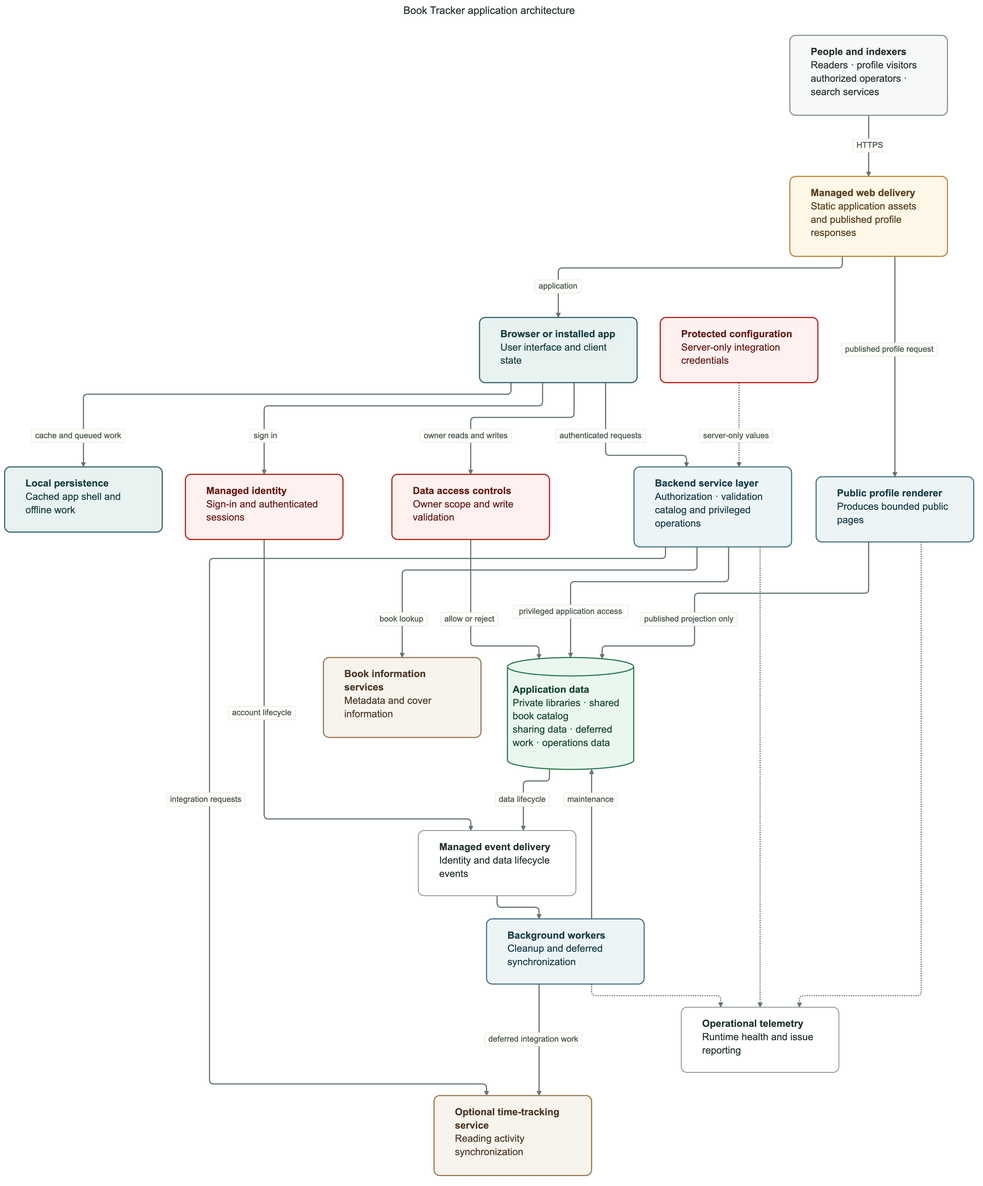
This is docs/architecture/app-architecture.png from ankile/book-tracker, a Mermaid export, as it was before one commit. Its source is kept beside it as docs/architecture/app-architecture.mmd.
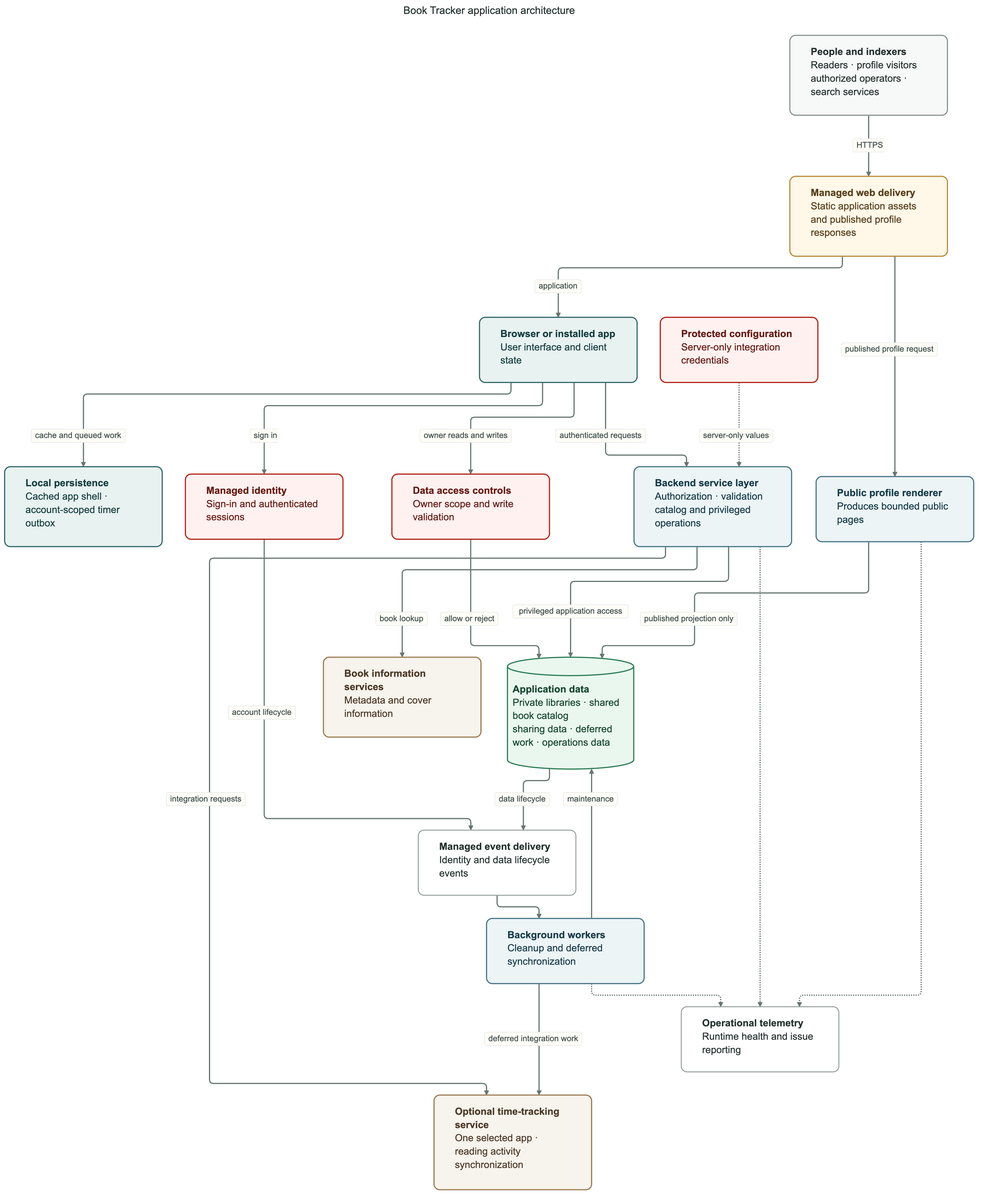
After the commit.

Diff of the diagram source:
```diff
@@ -17,7 +17,7 @@
   people["<b>People and indexers</b><br/>Readers · profile visitors<br/>authorized operators · search services"]:::person
   delivery["<b>Managed web delivery</b><br/>Static application assets<br/>and published profile responses"]:::delivery
   browser["<b>Browser or installed app</b><br/>User interface and client state"]:::client
-  local["<b>Local persistence</b><br/>Cached app shell and offline work"]:::client
+  local["<b>Local persistence</b><br/>Cached app shell · account-scoped timer outbox"]:::client
 
   identity["<b>Managed identity</b><br/>Sign-in and authenticated sessions"]:::security
   permissions["<b>Data access controls</b><br/>Owner scope and write validation"]:::security
@@ -31,7 +31,7 @@
   observability["<b>Operational telemetry</b><br/>Runtime health and issue reporting"]:::neutral
 
   catalogs["<b>Book information services</b><br/>Metadata and cover information"]:::external
-  timer["<b>Optional time-tracking service</b><br/>Reading activity synchronization"]:::external
+  timer["<b>Optional time-tracking service</b><br/>One selected app · reading activity synchronization"]:::external
 
   people -->|"HTTPS"| delivery
   delivery -->|"application"| browser
```
